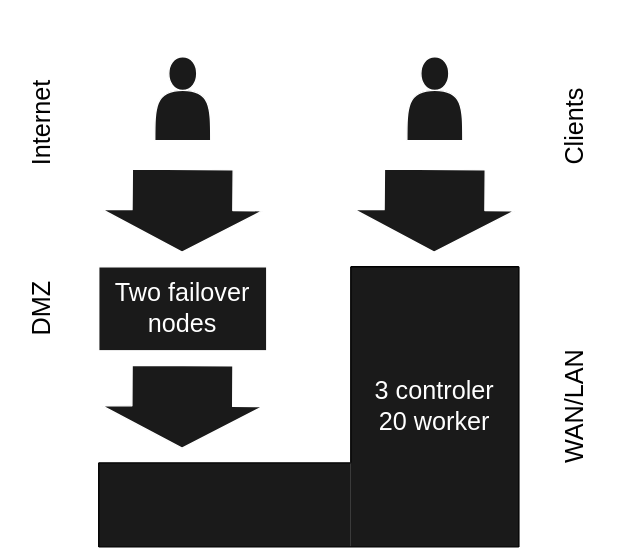
Earlier version of the draw.io export 000_introduction/haufe_group/ha.drawio.svg (nicholasdille/container-slides). Source tidied: cells renumbered, new cells last; positions are measured from the earlier drawing's top-left corner, leaving out a move shared by most shapes. Source of this version:
```xml
<mxGraphModel>
  <root>
    <mxCell id="0" />
    <mxCell id="1" parent="0" />
    <mxCell id="2" style="rounded=0;whiteSpace=wrap;html=1;fontSize=18;fontColor=#FFFFFF;align=center;fillColor=#1A1A1A;strokeColor=none;" parent="1" vertex="1">
      <mxGeometry x="80" y="330" width="180" height="60" as="geometry" />
    </mxCell>
    <mxCell id="3" value="3 controler&lt;br&gt;20 worker" style="rounded=0;whiteSpace=wrap;html=1;fontSize=18;fontColor=#FFFFFF;align=center;fillColor=#1A1A1A;strokeColor=none;" parent="1" vertex="1">
      <mxGeometry x="260" y="190" width="120" height="200" as="geometry" />
    </mxCell>
    <mxCell id="4" style="endArrow=none;dashed=1;html=1;fontSize=18;strokeColor=#FFFFFF;" parent="1" edge="1">
      <mxGeometry relative="1" as="geometry">
        <mxPoint x="10" y="160" as="sourcePoint" />
        <mxPoint x="450" y="160" as="targetPoint" />
      </mxGeometry>
    </mxCell>
    <mxCell id="5" style="endArrow=none;dashed=1;html=1;fontSize=18;strokeColor=#FFFFFF;" parent="1" edge="1">
      <mxGeometry relative="1" as="geometry">
        <mxPoint x="10" y="280" as="sourcePoint" />
        <mxPoint x="230" y="280" as="targetPoint" />
      </mxGeometry>
    </mxCell>
    <mxCell id="6" style="shape=flexArrow;endArrow=classic;html=1;fontSize=18;endWidth=42;endSize=9.67;width=72;fillColor=#1A1A1A;labelBackgroundColor=none;fontColor=#FFFFFF;strokeColor=#FFFFFF;" parent="1" edge="1">
      <mxGeometry relative="1" as="geometry">
        <mxPoint x="140" y="120" as="sourcePoint" />
        <mxPoint x="139.5" y="180" as="targetPoint" />
      </mxGeometry>
    </mxCell>
    <mxCell id="7" style="shape=flexArrow;endArrow=classic;html=1;fontSize=18;endWidth=42;endSize=9.67;width=72;fillColor=#1A1A1A;labelBackgroundColor=none;fontColor=#FFFFFF;strokeColor=#FFFFFF;" parent="1" edge="1">
      <mxGeometry relative="1" as="geometry">
        <mxPoint x="139.8" y="260" as="sourcePoint" />
        <mxPoint x="139.5" y="320" as="targetPoint" />
      </mxGeometry>
    </mxCell>
    <mxCell id="8" style="endArrow=none;dashed=1;html=1;fontSize=18;strokeColor=#FFFFFF;" parent="1" edge="1">
      <mxGeometry relative="1" as="geometry">
        <mxPoint x="230" y="280" as="sourcePoint" />
        <mxPoint x="230" as="targetPoint" />
      </mxGeometry>
    </mxCell>
    <mxCell id="9" style="shape=flexArrow;endArrow=classic;html=1;fontSize=18;endWidth=42;endSize=9.67;width=72;fillColor=#1A1A1A;labelBackgroundColor=none;fontColor=#FFFFFF;strokeColor=#FFFFFF;" parent="1" edge="1">
      <mxGeometry relative="1" as="geometry">
        <mxPoint x="320" y="120" as="sourcePoint" />
        <mxPoint x="319.5" y="180" as="targetPoint" />
      </mxGeometry>
    </mxCell>
    <mxCell id="10" value="DMZ" style="text;html=1;strokeColor=none;fillColor=none;align=center;verticalAlign=middle;whiteSpace=wrap;rounded=0;fontSize=18;rotation=-90;" parent="1" vertex="1">
      <mxGeometry y="210" width="80" height="20" as="geometry" />
    </mxCell>
    <mxCell id="11" value="WAN/LAN" style="text;html=1;strokeColor=none;fillColor=none;align=center;verticalAlign=middle;whiteSpace=wrap;rounded=0;fontSize=18;rotation=-90;" parent="1" vertex="1">
      <mxGeometry x="360" y="280" width="120" height="20" as="geometry" />
    </mxCell>
    <mxCell id="12" value="Internet" style="text;html=1;strokeColor=none;fillColor=none;align=left;verticalAlign=middle;whiteSpace=wrap;rounded=0;fontSize=18;rotation=-90;" parent="1" vertex="1">
      <mxGeometry y="70" width="80" height="20" as="geometry" />
    </mxCell>
    <mxCell id="13" value="Clients" style="text;html=1;strokeColor=none;fillColor=none;align=center;verticalAlign=middle;whiteSpace=wrap;rounded=0;fontSize=18;rotation=-90;" parent="1" vertex="1">
      <mxGeometry x="380" y="80" width="80" height="20" as="geometry" />
    </mxCell>
    <mxCell id="14" style="endArrow=none;html=1;fontSize=18;fontColor=#FFFFFF;exitX=1;exitY=0;exitDx=0;exitDy=0;" parent="1" edge="1">
      <mxGeometry relative="1" as="geometry">
        <mxPoint x="380" y="190" as="sourcePoint" />
        <mxPoint x="260" y="190" as="targetPoint" />
      </mxGeometry>
    </mxCell>
    <mxCell id="15" style="endArrow=none;html=1;fontSize=18;fontColor=#FFFFFF;exitX=1;exitY=1;exitDx=0;exitDy=0;" parent="1" edge="1">
      <mxGeometry relative="1" as="geometry">
        <mxPoint x="380" y="390" as="sourcePoint" />
        <mxPoint x="380" y="190" as="targetPoint" />
      </mxGeometry>
    </mxCell>
    <mxCell id="16" style="endArrow=none;html=1;fontSize=18;fontColor=#FFFFFF;entryX=0;entryY=1;entryDx=0;entryDy=0;" parent="1" edge="1">
      <mxGeometry relative="1" as="geometry">
        <mxPoint x="380" y="390" as="sourcePoint" />
        <mxPoint x="80" y="390" as="targetPoint" />
      </mxGeometry>
    </mxCell>
    <mxCell id="17" style="endArrow=none;html=1;fontSize=18;fontColor=#FFFFFF;entryX=0;entryY=0;entryDx=0;entryDy=0;" parent="1" edge="1">
      <mxGeometry relative="1" as="geometry">
        <mxPoint x="80" y="390" as="sourcePoint" />
        <mxPoint x="80" y="330" as="targetPoint" />
      </mxGeometry>
    </mxCell>
    <mxCell id="18" style="endArrow=none;html=1;fontSize=18;fontColor=#FFFFFF;" parent="1" edge="1">
      <mxGeometry relative="1" as="geometry">
        <mxPoint x="80" y="330" as="sourcePoint" />
        <mxPoint x="260" y="330" as="targetPoint" />
      </mxGeometry>
    </mxCell>
    <mxCell id="19" style="endArrow=none;html=1;fontSize=18;fontColor=#FFFFFF;" parent="1" edge="1">
      <mxGeometry relative="1" as="geometry">
        <mxPoint x="260" y="330" as="sourcePoint" />
        <mxPoint x="260" y="190" as="targetPoint" />
      </mxGeometry>
    </mxCell>
    <mxCell id="20" value="Two failover nodes" style="rounded=0;whiteSpace=wrap;html=1;strokeColor=#FFFFFF;fillColor=#1A1A1A;fontSize=18;fontColor=#FFFFFF;align=center;" parent="1" vertex="1">
      <mxGeometry x="80" y="190" width="120" height="60" as="geometry" />
    </mxCell>
    <mxCell id="21" style="shape=actor;whiteSpace=wrap;html=1;strokeColor=#FFFFFF;fillColor=#1A1A1A;fontSize=18;fontColor=#FFFFFF;align=center;" parent="1" vertex="1">
      <mxGeometry x="300" y="40" width="40" height="60" as="geometry" />
    </mxCell>
    <mxCell id="22" style="shape=actor;whiteSpace=wrap;html=1;strokeColor=#FFFFFF;fillColor=#1A1A1A;fontSize=18;fontColor=#FFFFFF;align=center;" parent="1" vertex="1">
      <mxGeometry x="120" y="40" width="40" height="60" as="geometry" />
    </mxCell>
  </root>
</mxGraphModel>
```
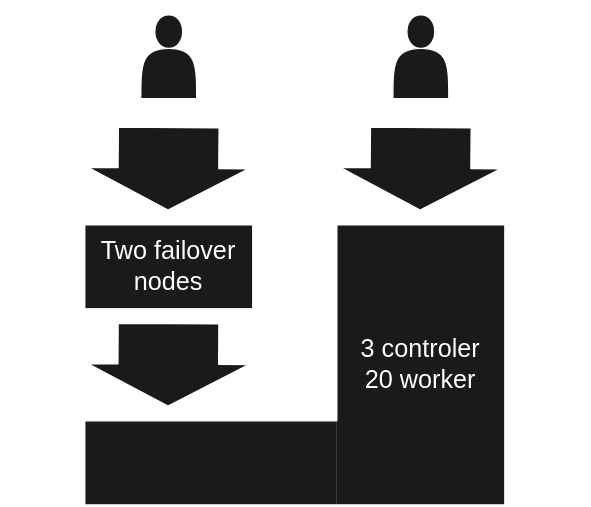
Above is the later version.

Diff of the diagram source:
```diff
@@ -10,13 +10,13 @@
     </mxCell>
     <mxCell id="4" style="endArrow=none;dashed=1;html=1;fontSize=18;strokeColor=#FFFFFF;" parent="1" edge="1">
       <mxGeometry relative="1" as="geometry">
-        <mxPoint x="10" y="160" as="sourcePoint" />
-        <mxPoint x="450" y="160" as="targetPoint" />
+        <mxPoint x="20" y="160" as="sourcePoint" />
+        <mxPoint x="440" y="160" as="targetPoint" />
       </mxGeometry>
     </mxCell>
     <mxCell id="5" style="endArrow=none;dashed=1;html=1;fontSize=18;strokeColor=#FFFFFF;" parent="1" edge="1">
       <mxGeometry relative="1" as="geometry">
-        <mxPoint x="10" y="280" as="sourcePoint" />
+        <mxPoint x="20" y="280" as="sourcePoint" />
         <mxPoint x="230" y="280" as="targetPoint" />
       </mxGeometry>
     </mxCell>
@@ -35,7 +35,7 @@
     <mxCell id="8" style="endArrow=none;dashed=1;html=1;fontSize=18;strokeColor=#FFFFFF;" parent="1" edge="1">
       <mxGeometry relative="1" as="geometry">
         <mxPoint x="230" y="280" as="sourcePoint" />
-        <mxPoint x="230" as="targetPoint" />
+        <mxPoint x="230" y="30" as="targetPoint" />
       </mxGeometry>
     </mxCell>
     <mxCell id="9" style="shape=flexArrow;endArrow=classic;html=1;fontSize=18;endWidth=42;endSize=9.67;width=72;fillColor=#1A1A1A;labelBackgroundColor=none;fontColor=#FFFFFF;strokeColor=#FFFFFF;" parent="1" edge="1">
@@ -44,49 +44,49 @@
         <mxPoint x="319.5" y="180" as="targetPoint" />
       </mxGeometry>
     </mxCell>
-    <mxCell id="10" value="DMZ" style="text;html=1;strokeColor=none;fillColor=none;align=center;verticalAlign=middle;whiteSpace=wrap;rounded=0;fontSize=18;rotation=-90;" parent="1" vertex="1">
+    <mxCell id="10" value="DMZ" style="text;html=1;strokeColor=none;fillColor=none;align=center;verticalAlign=middle;whiteSpace=wrap;rounded=0;fontSize=18;rotation=-90;fontColor=#FFFFFF;" parent="1" vertex="1">
       <mxGeometry y="210" width="80" height="20" as="geometry" />
     </mxCell>
-    <mxCell id="11" value="WAN/LAN" style="text;html=1;strokeColor=none;fillColor=none;align=center;verticalAlign=middle;whiteSpace=wrap;rounded=0;fontSize=18;rotation=-90;" parent="1" vertex="1">
+    <mxCell id="11" value="WAN/LAN" style="text;html=1;strokeColor=none;fillColor=none;align=center;verticalAlign=middle;whiteSpace=wrap;rounded=0;fontSize=18;rotation=-90;fontColor=#FFFFFF;" parent="1" vertex="1">
       <mxGeometry x="360" y="280" width="120" height="20" as="geometry" />
     </mxCell>
-    <mxCell id="12" value="Internet" style="text;html=1;strokeColor=none;fillColor=none;align=left;verticalAlign=middle;whiteSpace=wrap;rounded=0;fontSize=18;rotation=-90;" parent="1" vertex="1">
+    <mxCell id="12" value="Internet" style="text;html=1;strokeColor=none;fillColor=none;align=left;verticalAlign=middle;whiteSpace=wrap;rounded=0;fontSize=18;rotation=-90;fontColor=#FFFFFF;" parent="1" vertex="1">
       <mxGeometry y="70" width="80" height="20" as="geometry" />
     </mxCell>
-    <mxCell id="13" value="Clients" style="text;html=1;strokeColor=none;fillColor=none;align=center;verticalAlign=middle;whiteSpace=wrap;rounded=0;fontSize=18;rotation=-90;" parent="1" vertex="1">
+    <mxCell id="13" value="Clients" style="text;html=1;strokeColor=none;fillColor=none;align=center;verticalAlign=middle;whiteSpace=wrap;rounded=0;fontSize=18;rotation=-90;fontColor=#FFFFFF;" parent="1" vertex="1">
       <mxGeometry x="380" y="80" width="80" height="20" as="geometry" />
     </mxCell>
-    <mxCell id="14" style="endArrow=none;html=1;fontSize=18;fontColor=#FFFFFF;exitX=1;exitY=0;exitDx=0;exitDy=0;" parent="1" edge="1">
+    <mxCell id="14" style="endArrow=none;html=1;fontSize=18;fontColor=#FFFFFF;exitX=1;exitY=0;exitDx=0;exitDy=0;strokeColor=#FFFFFF;" parent="1" edge="1">
       <mxGeometry relative="1" as="geometry">
         <mxPoint x="380" y="190" as="sourcePoint" />
         <mxPoint x="260" y="190" as="targetPoint" />
       </mxGeometry>
     </mxCell>
-    <mxCell id="15" style="endArrow=none;html=1;fontSize=18;fontColor=#FFFFFF;exitX=1;exitY=1;exitDx=0;exitDy=0;" parent="1" edge="1">
+    <mxCell id="15" style="endArrow=none;html=1;fontSize=18;fontColor=#FFFFFF;exitX=1;exitY=1;exitDx=0;exitDy=0;strokeColor=#FFFFFF;" parent="1" edge="1">
       <mxGeometry relative="1" as="geometry">
         <mxPoint x="380" y="390" as="sourcePoint" />
         <mxPoint x="380" y="190" as="targetPoint" />
       </mxGeometry>
     </mxCell>
-    <mxCell id="16" style="endArrow=none;html=1;fontSize=18;fontColor=#FFFFFF;entryX=0;entryY=1;entryDx=0;entryDy=0;" parent="1" edge="1">
+    <mxCell id="16" style="endArrow=none;html=1;fontSize=18;fontColor=#FFFFFF;entryX=0;entryY=1;entryDx=0;entryDy=0;strokeColor=#FFFFFF;" parent="1" edge="1">
       <mxGeometry relative="1" as="geometry">
         <mxPoint x="380" y="390" as="sourcePoint" />
         <mxPoint x="80" y="390" as="targetPoint" />
       </mxGeometry>
     </mxCell>
-    <mxCell id="17" style="endArrow=none;html=1;fontSize=18;fontColor=#FFFFFF;entryX=0;entryY=0;entryDx=0;entryDy=0;" parent="1" edge="1">
+    <mxCell id="17" style="endArrow=none;html=1;fontSize=18;fontColor=#FFFFFF;entryX=0;entryY=0;entryDx=0;entryDy=0;strokeColor=#FFFFFF;" parent="1" edge="1">
       <mxGeometry relative="1" as="geometry">
         <mxPoint x="80" y="390" as="sourcePoint" />
         <mxPoint x="80" y="330" as="targetPoint" />
       </mxGeometry>
     </mxCell>
-    <mxCell id="18" style="endArrow=none;html=1;fontSize=18;fontColor=#FFFFFF;" parent="1" edge="1">
+    <mxCell id="18" style="endArrow=none;html=1;fontSize=18;fontColor=#FFFFFF;strokeColor=#FFFFFF;" parent="1" edge="1">
       <mxGeometry relative="1" as="geometry">
         <mxPoint x="80" y="330" as="sourcePoint" />
         <mxPoint x="260" y="330" as="targetPoint" />
       </mxGeometry>
     </mxCell>
-    <mxCell id="19" style="endArrow=none;html=1;fontSize=18;fontColor=#FFFFFF;" parent="1" edge="1">
+    <mxCell id="19" style="endArrow=none;html=1;fontSize=18;fontColor=#FFFFFF;strokeColor=#FFFFFF;" parent="1" edge="1">
       <mxGeometry relative="1" as="geometry">
         <mxPoint x="260" y="330" as="sourcePoint" />
         <mxPoint x="260" y="190" as="targetPoint" />
```
